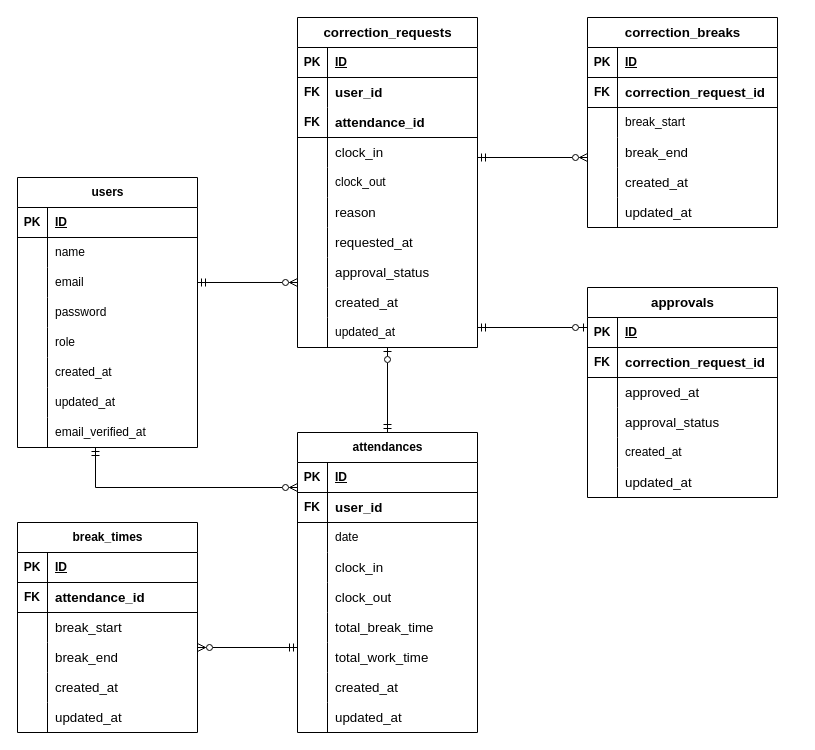
Above: attendance.dio in ri0921/attendance (draw.io), before the change. Source tidied: cells renumbered, new cells numbered last; positions are measured from the earlier drawing's top-left corner, leaving out a move shared by most shapes. Both pictures are drawn from the tidied source at 100%, with x=0, y=0 at pixel (17, 17).
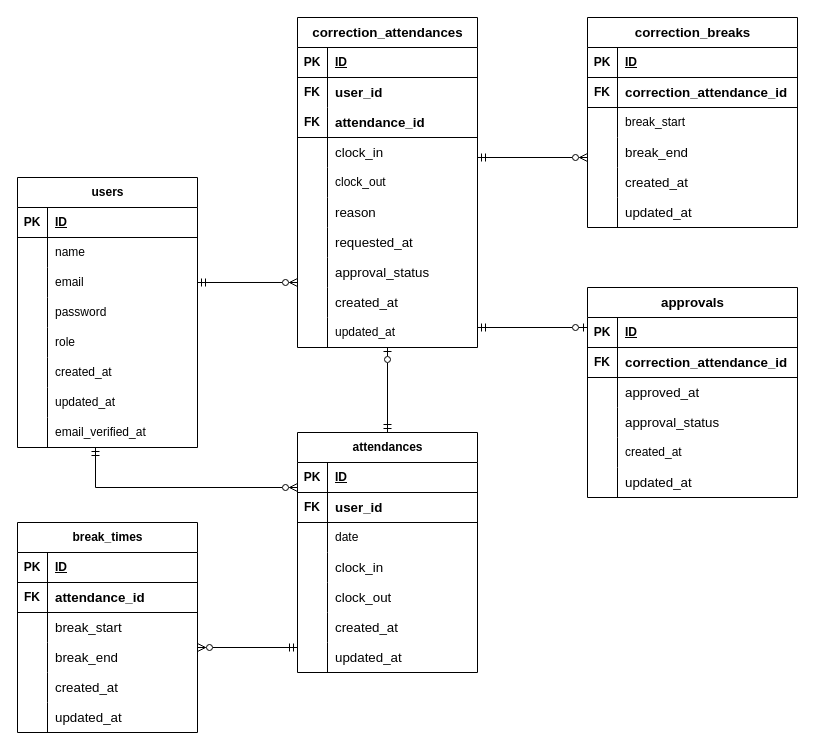
The same diagram, later.

What changed in the source:
```diff
@@
     <mxCell id="27" value="attendances" style="shape=table;startSize=30;childLayout=tableLayout;rowLines=0;fontStyle=1;align=center;html=1;" parent="1" vertex="1">
-      <mxGeometry x="280" y="415" width="180" height="300" as="geometry" />
+      <mxGeometry x="280" y="415" width="180" height="240" as="geometry" />
     </mxCell>
@@
-    <mxCell id="43" style="shape=tableRow;horizontal=0;startSize=0;swimlaneHead=0;swimlaneBody=0;fillColor=none;top=0;left=0;right=0;bottom=0;" parent="27" vertex="1">
-      <mxGeometry y="180" width="180" height="30" as="geometry" />
-    </mxCell>
-    <mxCell id="44" style="shape=partialRectangle;fillColor=none;top=0;left=0;bottom=0;right=0;overflow=hidden;whiteSpace=wrap;html=1;" parent="43" vertex="1">
-      <mxGeometry width="30" height="30" as="geometry" />
-    </mxCell>
-    <mxCell id="45" value="&lt;span style=&quot;font-size:10pt;font-family:Arial;font-style:normal;&quot;&gt;total_break_time&lt;/span&gt;" style="shape=partialRectangle;fillColor=none;top=0;left=0;bottom=0;right=0;align=left;spacingLeft=6;overflow=hidden;whiteSpace=wrap;html=1;" parent="43" vertex="1">
-      <mxGeometry x="30" width="150" height="30" as="geometry" />
-    </mxCell>
-    <mxCell id="46" style="shape=tableRow;horizontal=0;startSize=0;swimlaneHead=0;swimlaneBody=0;fillColor=none;top=0;left=0;right=0;bottom=0;" parent="27" vertex="1">
-      <mxGeometry y="210" width="180" height="30" as="geometry" />
-    </mxCell>
-    <mxCell id="47" style="shape=partialRectangle;fillColor=none;top=0;left=0;bottom=0;right=0;overflow=hidden;whiteSpace=wrap;html=1;" parent="46" vertex="1">
-      <mxGeometry width="30" height="30" as="geometry" />
-    </mxCell>
-    <mxCell id="48" value="&lt;span style=&quot;font-size:10pt;font-family:Arial;font-style:normal;&quot;&gt;total_work_time&lt;/span&gt;" style="shape=partialRectangle;fillColor=none;top=0;left=0;bottom=0;right=0;align=left;spacingLeft=6;overflow=hidden;whiteSpace=wrap;html=1;" parent="46" vertex="1">
-      <mxGeometry x="30" width="150" height="30" as="geometry" />
-    </mxCell>
     <mxCell id="49" style="shape=tableRow;horizontal=0;startSize=0;swimlaneHead=0;swimlaneBody=0;fillColor=none;top=0;left=0;right=0;bottom=0;" parent="27" vertex="1">
-      <mxGeometry y="240" width="180" height="30" as="geometry" />
+      <mxGeometry y="180" width="180" height="30" as="geometry" />
     </mxCell>
@@
     <mxCell id="52" style="shape=tableRow;horizontal=0;startSize=0;swimlaneHead=0;swimlaneBody=0;fillColor=none;points=[[0,0.5],[1,0.5]];portConstraint=eastwest;top=0;left=0;right=0;bottom=0;" parent="27" vertex="1">
-      <mxGeometry y="270" width="180" height="30" as="geometry" />
+      <mxGeometry y="210" width="180" height="30" as="geometry" />
     </mxCell>
@@
-    <mxCell id="74" value="&lt;span style=&quot;color: rgb(0, 0, 0); text-align: start; text-wrap: wrap; font-size: 10pt; font-family: Arial;&quot;&gt;correction_requests&lt;/span&gt;" style="shape=table;startSize=30;childLayout=tableLayout;rowLines=0;fontStyle=1;align=center;html=1;" parent="1" vertex="1">
+    <mxCell id="74" value="&lt;span style=&quot;color: rgb(0, 0, 0); text-align: start; text-wrap: wrap; font-size: 10pt; font-family: Arial;&quot;&gt;correction_attendances&lt;/span&gt;" style="shape=table;startSize=30;childLayout=tableLayout;rowLines=0;fontStyle=1;align=center;html=1;" parent="1" vertex="1">
       <mxGeometry x="280" width="180" height="330" as="geometry" />
     </mxCell>
@@
     <mxCell id="105" value="&lt;span style=&quot;color: rgb(0, 0, 0); text-align: start; text-wrap: wrap; font-size: 10pt; font-family: Arial;&quot;&gt;correction_breaks&lt;/span&gt;" style="shape=table;startSize=30;childLayout=tableLayout;rowLines=0;fontStyle=1;align=center;html=1;" parent="1" vertex="1">
-      <mxGeometry x="570" width="190" height="210" as="geometry" />
+      <mxGeometry x="570" width="210" height="210" as="geometry" />
     </mxCell>
     <mxCell id="106" style="shape=tableRow;horizontal=0;startSize=0;swimlaneHead=0;swimlaneBody=0;fillColor=none;top=0;left=0;right=0;bottom=1;" parent="105" vertex="1">
-      <mxGeometry y="30" width="190" height="30" as="geometry" />
+      <mxGeometry y="30" width="210" height="30" as="geometry" />
     </mxCell>
@@
     <mxCell id="108" value="ID" style="shape=partialRectangle;fillColor=none;top=0;left=0;bottom=0;right=0;align=left;spacingLeft=6;fontStyle=5;overflow=hidden;whiteSpace=wrap;html=1;" parent="106" vertex="1">
-      <mxGeometry x="30" width="160" height="30" as="geometry" />
+      <mxGeometry x="30" width="180" height="30" as="geometry" />
     </mxCell>
     <mxCell id="109" style="shape=tableRow;horizontal=0;startSize=0;swimlaneHead=0;swimlaneBody=0;fillColor=none;top=0;left=0;right=0;bottom=1;" parent="105" vertex="1">
-      <mxGeometry y="60" width="190" height="30" as="geometry" />
+      <mxGeometry y="60" width="210" height="30" as="geometry" />
     </mxCell>
@@
-    <mxCell id="111" value="&lt;span style=&quot;font-size:10pt;font-family:Arial;font-style:normal;&quot;&gt;correction_request_id&lt;/span&gt;" style="shape=partialRectangle;fillColor=none;top=0;left=0;bottom=0;right=0;align=left;spacingLeft=6;overflow=hidden;whiteSpace=wrap;html=1;fontStyle=1;" parent="109" vertex="1">
-      <mxGeometry x="30" width="160" height="30" as="geometry" />
+    <mxCell id="111" value="&lt;span style=&quot;font-size:10pt;font-family:Arial;font-style:normal;&quot;&gt;correction_attendance_id&lt;/span&gt;" style="shape=partialRectangle;fillColor=none;top=0;left=0;bottom=0;right=0;align=left;spacingLeft=6;overflow=hidden;whiteSpace=wrap;html=1;fontStyle=1;" parent="109" vertex="1">
+      <mxGeometry x="30" width="180" height="30" as="geometry" />
     </mxCell>
     <mxCell id="112" style="shape=tableRow;horizontal=0;startSize=0;swimlaneHead=0;swimlaneBody=0;fillColor=none;top=0;left=0;right=0;bottom=0;" parent="105" vertex="1">
-      <mxGeometry y="90" width="190" height="30" as="geometry" />
+      <mxGeometry y="90" width="210" height="30" as="geometry" />
     </mxCell>
@@
     <mxCell id="114" value="break_start" style="shape=partialRectangle;fillColor=none;top=0;left=0;bottom=0;right=0;align=left;spacingLeft=6;overflow=hidden;whiteSpace=wrap;html=1;" parent="112" vertex="1">
-      <mxGeometry x="30" width="160" height="30" as="geometry" />
+      <mxGeometry x="30" width="180" height="30" as="geometry" />
     </mxCell>
     <mxCell id="115" style="shape=tableRow;horizontal=0;startSize=0;swimlaneHead=0;swimlaneBody=0;fillColor=none;top=0;left=0;right=0;bottom=0;" parent="105" vertex="1">
-      <mxGeometry y="120" width="190" height="30" as="geometry" />
+      <mxGeometry y="120" width="210" height="30" as="geometry" />
     </mxCell>
@@
     <mxCell id="117" value="&lt;span style=&quot;font-size:10pt;font-family:Arial;font-style:normal;&quot;&gt;break_end&lt;/span&gt;" style="shape=partialRectangle;fillColor=none;top=0;left=0;bottom=0;right=0;align=left;spacingLeft=6;overflow=hidden;whiteSpace=wrap;html=1;" parent="115" vertex="1">
-      <mxGeometry x="30" width="160" height="30" as="geometry" />
+      <mxGeometry x="30" width="180" height="30" as="geometry" />
     </mxCell>
     <mxCell id="118" style="shape=tableRow;horizontal=0;startSize=0;swimlaneHead=0;swimlaneBody=0;fillColor=none;top=0;left=0;right=0;bottom=0;" parent="105" vertex="1">
-      <mxGeometry y="150" width="190" height="30" as="geometry" />
+      <mxGeometry y="150" width="210" height="30" as="geometry" />
     </mxCell>
@@
     <mxCell id="120" value="&lt;span style=&quot;font-size:10pt;font-family:Arial;font-style:normal;&quot;&gt;created_at&lt;/span&gt;" style="shape=partialRectangle;fillColor=none;top=0;left=0;bottom=0;right=0;align=left;spacingLeft=6;overflow=hidden;whiteSpace=wrap;html=1;" parent="118" vertex="1">
-      <mxGeometry x="30" width="160" height="30" as="geometry" />
+      <mxGeometry x="30" width="180" height="30" as="geometry" />
     </mxCell>
     <mxCell id="121" style="shape=tableRow;horizontal=0;startSize=0;swimlaneHead=0;swimlaneBody=0;fillColor=none;top=0;left=0;right=0;bottom=0;" parent="105" vertex="1">
-      <mxGeometry y="180" width="190" height="30" as="geometry" />
+      <mxGeometry y="180" width="210" height="30" as="geometry" />
     </mxCell>
@@
     <mxCell id="123" value="&lt;span style=&quot;font-size:10pt;font-family:Arial;font-style:normal;&quot;&gt;updated_at&lt;/span&gt;" style="shape=partialRectangle;fillColor=none;top=0;left=0;bottom=0;right=0;align=left;spacingLeft=6;overflow=hidden;whiteSpace=wrap;html=1;" parent="121" vertex="1">
-      <mxGeometry x="30" width="160" height="30" as="geometry" />
+      <mxGeometry x="30" width="180" height="30" as="geometry" />
     </mxCell>
     <mxCell id="124" value="&lt;span style=&quot;color: rgb(0, 0, 0); text-align: start; text-wrap: wrap; font-size: 10pt; font-family: Arial;&quot;&gt;approvals&lt;/span&gt;" style="shape=table;startSize=30;childLayout=tableLayout;rowLines=0;fontStyle=1;align=center;html=1;" parent="1" vertex="1">
-      <mxGeometry x="570" y="270" width="190" height="210" as="geometry" />
+      <mxGeometry x="570" y="270" width="210" height="210" as="geometry" />
     </mxCell>
     <mxCell id="125" style="shape=tableRow;horizontal=0;startSize=0;swimlaneHead=0;swimlaneBody=0;fillColor=none;top=0;left=0;right=0;bottom=1;" parent="124" vertex="1">
-      <mxGeometry y="30" width="190" height="30" as="geometry" />
+      <mxGeometry y="30" width="210" height="30" as="geometry" />
     </mxCell>
@@
     <mxCell id="127" value="ID" style="shape=partialRectangle;fillColor=none;top=0;left=0;bottom=0;right=0;align=left;spacingLeft=6;fontStyle=5;overflow=hidden;whiteSpace=wrap;html=1;" parent="125" vertex="1">
-      <mxGeometry x="30" width="160" height="30" as="geometry" />
+      <mxGeometry x="30" width="180" height="30" as="geometry" />
     </mxCell>
     <mxCell id="128" style="shape=tableRow;horizontal=0;startSize=0;swimlaneHead=0;swimlaneBody=0;fillColor=none;top=0;left=0;right=0;bottom=1;" parent="124" vertex="1">
-      <mxGeometry y="60" width="190" height="30" as="geometry" />
+      <mxGeometry y="60" width="210" height="30" as="geometry" />
     </mxCell>
@@
-    <mxCell id="130" value="&lt;span style=&quot;font-size:10pt;font-family:Arial;font-style:normal;&quot;&gt;correction_request_id&lt;/span&gt;" style="shape=partialRectangle;fillColor=none;top=0;left=0;bottom=0;right=0;align=left;spacingLeft=6;overflow=hidden;whiteSpace=wrap;html=1;fontStyle=1;" parent="128" vertex="1">
-      <mxGeometry x="30" width="160" height="30" as="geometry" />
+    <mxCell id="130" value="&lt;span style=&quot;font-size:10pt;font-family:Arial;font-style:normal;&quot;&gt;correction_attendance_id&lt;/span&gt;" style="shape=partialRectangle;fillColor=none;top=0;left=0;bottom=0;right=0;align=left;spacingLeft=6;overflow=hidden;whiteSpace=wrap;html=1;fontStyle=1;" parent="128" vertex="1">
+      <mxGeometry x="30" width="180" height="30" as="geometry" />
     </mxCell>
     <mxCell id="131" style="shape=tableRow;horizontal=0;startSize=0;swimlaneHead=0;swimlaneBody=0;fillColor=none;top=0;left=0;right=0;bottom=0;" parent="124" vertex="1">
-      <mxGeometry y="90" width="190" height="30" as="geometry" />
+      <mxGeometry y="90" width="210" height="30" as="geometry" />
     </mxCell>
@@
     <mxCell id="133" value="&lt;span style=&quot;font-size:10pt;font-family:Arial;font-style:normal;&quot;&gt;approved_at&lt;/span&gt;" style="shape=partialRectangle;fillColor=none;top=0;left=0;bottom=0;right=0;align=left;spacingLeft=6;overflow=hidden;whiteSpace=wrap;html=1;" parent="131" vertex="1">
-      <mxGeometry x="30" width="160" height="30" as="geometry" />
+      <mxGeometry x="30" width="180" height="30" as="geometry" />
     </mxCell>
     <mxCell id="134" style="shape=tableRow;horizontal=0;startSize=0;swimlaneHead=0;swimlaneBody=0;fillColor=none;top=0;left=0;right=0;bottom=0;" parent="124" vertex="1">
-      <mxGeometry y="120" width="190" height="30" as="geometry" />
+      <mxGeometry y="120" width="210" height="30" as="geometry" />
     </mxCell>
@@
     <mxCell id="136" value="&lt;span style=&quot;font-size:10pt;font-family:Arial;font-style:normal;&quot;&gt;approval_status&lt;/span&gt;" style="shape=partialRectangle;fillColor=none;top=0;left=0;bottom=0;right=0;align=left;spacingLeft=6;overflow=hidden;whiteSpace=wrap;html=1;" parent="134" vertex="1">
-      <mxGeometry x="30" width="160" height="30" as="geometry" />
+      <mxGeometry x="30" width="180" height="30" as="geometry" />
     </mxCell>
     <mxCell id="137" style="shape=tableRow;horizontal=0;startSize=0;swimlaneHead=0;swimlaneBody=0;fillColor=none;top=0;left=0;right=0;bottom=0;" parent="124" vertex="1">
-      <mxGeometry y="150" width="190" height="30" as="geometry" />
+      <mxGeometry y="150" width="210" height="30" as="geometry" />
     </mxCell>
@@
     <mxCell id="139" value="created_at" style="shape=partialRectangle;fillColor=none;top=0;left=0;bottom=0;right=0;align=left;spacingLeft=6;overflow=hidden;whiteSpace=wrap;html=1;" parent="137" vertex="1">
-      <mxGeometry x="30" width="160" height="30" as="geometry" />
+      <mxGeometry x="30" width="180" height="30" as="geometry" />
     </mxCell>
     <mxCell id="140" style="shape=tableRow;horizontal=0;startSize=0;swimlaneHead=0;swimlaneBody=0;fillColor=none;top=0;left=0;right=0;bottom=0;" parent="124" vertex="1">
-      <mxGeometry y="180" width="190" height="30" as="geometry" />
+      <mxGeometry y="180" width="210" height="30" as="geometry" />
     </mxCell>
@@
     <mxCell id="142" value="&lt;span style=&quot;font-size:10pt;font-family:Arial;font-style:normal;&quot;&gt;updated_at&lt;/span&gt;" style="shape=partialRectangle;fillColor=none;top=0;left=0;bottom=0;right=0;align=left;spacingLeft=6;overflow=hidden;whiteSpace=wrap;html=1;" parent="140" vertex="1">
-      <mxGeometry x="30" width="160" height="30" as="geometry" />
+      <mxGeometry x="30" width="180" height="30" as="geometry" />
     </mxCell>
@@
-    <mxCell id="145" style="endArrow=ERmandOne;html=1;rounded=0;startArrow=ERzeroToMany;startFill=0;endFill=0;" parent="1" edge="1">
+    <mxCell id="145" style="endArrow=ERmandOne;html=1;rounded=0;startArrow=ERzeroToMany;startFill=0;endFill=0;entryX=0;entryY=0.167;entryDx=0;entryDy=0;entryPerimeter=0;" parent="1" edge="1" target="52">
       <mxGeometry relative="1" as="geometry">
         <mxPoint x="180" y="630" as="sourcePoint" />
-        <mxPoint x="280" y="630" as="targetPoint" />
       </mxGeometry>
     </mxCell>
```
